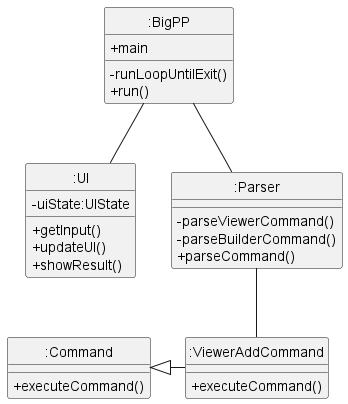
Before: docs/uml-pictures/ViewerObjectDiagram.png, a diagram exported from PlantUML (typingpanda/tp). Its diagram source:
```plantuml
@startuml
skinparam classAttributeIconSize 0

class ":BigPP" as BigPP
class ":UI" as UI
class ":Parser" as Parser
class ":Command" as Command
class ":ViewerAddCommand" as ViewerAddCommand


class BigPP {
    +main

    -runLoopUntilExit()
    +run()
}

class UI {
    -uiState:UIState

    +getInput()
    +updateUI()
    +showResult()
}

class Parser {

    -parseViewerCommand()
    -parseBuilderCommand()
    +parseCommand()
}

class Command {

    +executeCommand()
}



class ViewerAddCommand {

    +executeCommand()
}

BigPP -- UI
BigPP -- Parser
Parser -- ViewerAddCommand
Command <|-right- ViewerAddCommand

hide circle

@enduml
```
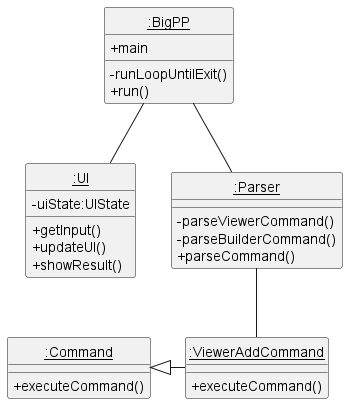
After the change.

The edit, as a diff of the source:
```diff
@@ -1,12 +1,11 @@
 @startuml
 skinparam classAttributeIconSize 0
 
-class ":BigPP" as BigPP
-class ":UI" as UI
-class ":Parser" as Parser
-class ":Command" as Command
-class ":ViewerAddCommand" as ViewerAddCommand
-
+class "<u>:BigPP</u>" as BigPP
+class "<u>:UI</u>" as UI
+class "<u>:Parser</u>" as Parser
+class "<u>:Command</u>" as Command
+class "<u>:ViewerAddCommand</u>" as ViewerAddCommand
 
 class BigPP {
     +main
```
